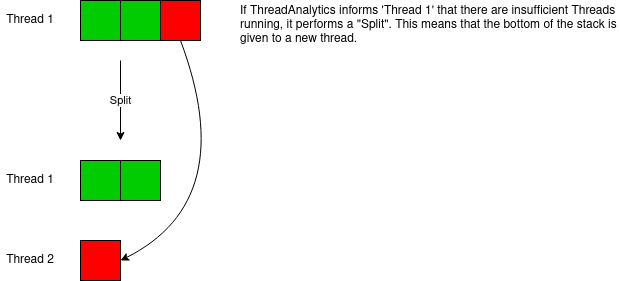
This is docs/Wiki/Parallelisation/diagrams/rendered/splitting.png from butterplup/Task-Scheduler, a draw.io export, as it was before one commit. Source tidied: cells renumbered, new cells last; positions are measured from the earlier drawing's top-left corner, leaving out a move shared by most shapes. The source it was exported from:
```xml
<mxGraphModel>
  <root>
    <mxCell id="0" />
    <mxCell id="1" parent="0" />
    <mxCell id="2" value="Thread 1" style="text;html=1;strokeColor=none;fillColor=none;align=center;verticalAlign=middle;whiteSpace=wrap;rounded=0;" parent="1" vertex="1">
      <mxGeometry y="10" width="60" height="20" as="geometry" />
    </mxCell>
    <mxCell id="3" style="rounded=0;whiteSpace=wrap;html=1;fillColor=#00CC00;" parent="1" vertex="1">
      <mxGeometry x="80" width="40" height="40" as="geometry" />
    </mxCell>
    <mxCell id="4" style="rounded=0;whiteSpace=wrap;html=1;fillColor=#00CC00;" parent="1" vertex="1">
      <mxGeometry x="120" width="40" height="40" as="geometry" />
    </mxCell>
    <mxCell id="5" value="&lt;div align=&quot;left&quot;&gt;If ThreadAnalytics informs 'Thread 1' that there are insufficient Threads running, it performs a &quot;Split&quot;. This means that the bottom of the stack is given to a new thread.&lt;br&gt;&lt;/div&gt;" style="text;html=1;strokeColor=none;fillColor=none;align=center;verticalAlign=middle;whiteSpace=wrap;rounded=0;" parent="1" vertex="1">
      <mxGeometry x="239" width="380" height="50" as="geometry" />
    </mxCell>
    <mxCell id="6" value="Split" style="endArrow=classic;html=1;" parent="1" edge="1">
      <mxGeometry relative="1" as="geometry">
        <mxPoint x="120" y="60" as="sourcePoint" />
        <mxPoint x="120" y="140" as="targetPoint" />
      </mxGeometry>
    </mxCell>
    <mxCell id="7" value="Thread 1" style="text;html=1;strokeColor=none;fillColor=none;align=center;verticalAlign=middle;whiteSpace=wrap;rounded=0;" parent="1" vertex="1">
      <mxGeometry y="170" width="60" height="20" as="geometry" />
    </mxCell>
    <mxCell id="8" style="rounded=0;whiteSpace=wrap;html=1;fillColor=#00CC00;" parent="1" vertex="1">
      <mxGeometry x="80" y="160" width="40" height="40" as="geometry" />
    </mxCell>
    <mxCell id="9" value="&lt;div&gt;Thread 2&lt;/div&gt;" style="text;html=1;strokeColor=none;fillColor=none;align=center;verticalAlign=middle;whiteSpace=wrap;rounded=0;" parent="1" vertex="1">
      <mxGeometry y="250" width="60" height="20" as="geometry" />
    </mxCell>
    <mxCell id="10" style="rounded=0;whiteSpace=wrap;html=1;fillColor=#FF0000;" parent="1" vertex="1">
      <mxGeometry x="80" y="240" width="40" height="40" as="geometry" />
    </mxCell>
    <mxCell id="11" style="rounded=0;whiteSpace=wrap;html=1;fillColor=#FF0000;" parent="1" vertex="1">
      <mxGeometry x="160" width="40" height="40" as="geometry" />
    </mxCell>
    <mxCell id="12" style="rounded=0;whiteSpace=wrap;html=1;fillColor=#00CC00;" parent="1" vertex="1">
      <mxGeometry x="120" y="160" width="40" height="40" as="geometry" />
    </mxCell>
    <mxCell id="13" style="endArrow=classic;html=1;exitX=0.5;exitY=1;exitDx=0;exitDy=0;entryX=1;entryY=0.5;entryDx=0;entryDy=0;curved=1;" parent="1" edge="1" source="11" target="10">
      <mxGeometry relative="1" as="geometry">
        <Array as="points">
          <mxPoint x="240" y="200" />
        </Array>
      </mxGeometry>
    </mxCell>
  </root>
</mxGraphModel>
```
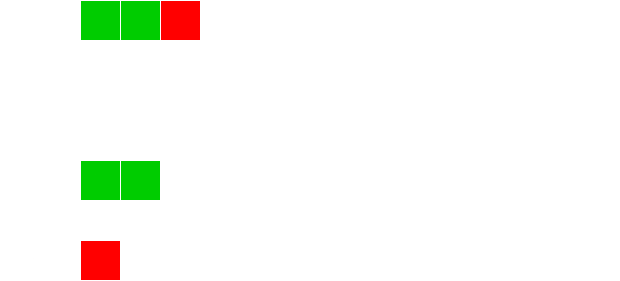
Later version of the same file.

The edit, as a diff of the source:
```diff
@@ -2,43 +2,43 @@
   <root>
     <mxCell id="0" />
     <mxCell id="1" parent="0" />
-    <mxCell id="2" value="Thread 1" style="text;html=1;strokeColor=none;fillColor=none;align=center;verticalAlign=middle;whiteSpace=wrap;rounded=0;" parent="1" vertex="1">
+    <mxCell id="2" value="Thread 1" style="text;html=1;strokeColor=none;fillColor=none;align=center;verticalAlign=middle;whiteSpace=wrap;rounded=0;fontColor=#FFFFFF;" parent="1" vertex="1">
       <mxGeometry y="10" width="60" height="20" as="geometry" />
     </mxCell>
-    <mxCell id="3" style="rounded=0;whiteSpace=wrap;html=1;fillColor=#00CC00;" parent="1" vertex="1">
+    <mxCell id="3" style="rounded=0;whiteSpace=wrap;html=1;fillColor=#00CC00;fontColor=#FFFFFF;strokeColor=#FFFFFF;" parent="1" vertex="1">
       <mxGeometry x="80" width="40" height="40" as="geometry" />
     </mxCell>
-    <mxCell id="4" style="rounded=0;whiteSpace=wrap;html=1;fillColor=#00CC00;" parent="1" vertex="1">
+    <mxCell id="4" style="rounded=0;whiteSpace=wrap;html=1;fillColor=#00CC00;fontColor=#FFFFFF;strokeColor=#FFFFFF;" parent="1" vertex="1">
       <mxGeometry x="120" width="40" height="40" as="geometry" />
     </mxCell>
-    <mxCell id="5" value="&lt;div align=&quot;left&quot;&gt;If ThreadAnalytics informs 'Thread 1' that there are insufficient Threads running, it performs a &quot;Split&quot;. This means that the bottom of the stack is given to a new thread.&lt;br&gt;&lt;/div&gt;" style="text;html=1;strokeColor=none;fillColor=none;align=center;verticalAlign=middle;whiteSpace=wrap;rounded=0;" parent="1" vertex="1">
+    <mxCell id="5" value="&lt;div align=&quot;left&quot;&gt;If ThreadAnalytics informs 'Thread 1' that there are insufficient Threads running, it performs a &quot;Split&quot;. This means that the bottom of the stack is given to a new thread.&lt;br&gt;&lt;/div&gt;" style="text;html=1;strokeColor=none;fillColor=none;align=center;verticalAlign=middle;whiteSpace=wrap;rounded=0;fontColor=#FFFFFF;" parent="1" vertex="1">
       <mxGeometry x="239" width="380" height="50" as="geometry" />
     </mxCell>
-    <mxCell id="6" value="Split" style="endArrow=classic;html=1;" parent="1" edge="1">
+    <mxCell id="6" value="Split" style="endArrow=classic;html=1;fontColor=#FFFFFF;strokeColor=#FFFFFF;" parent="1" edge="1">
       <mxGeometry relative="1" as="geometry">
         <mxPoint x="120" y="60" as="sourcePoint" />
         <mxPoint x="120" y="140" as="targetPoint" />
       </mxGeometry>
     </mxCell>
-    <mxCell id="7" value="Thread 1" style="text;html=1;strokeColor=none;fillColor=none;align=center;verticalAlign=middle;whiteSpace=wrap;rounded=0;" parent="1" vertex="1">
+    <mxCell id="7" value="Thread 1" style="text;html=1;strokeColor=none;fillColor=none;align=center;verticalAlign=middle;whiteSpace=wrap;rounded=0;fontColor=#FFFFFF;" parent="1" vertex="1">
       <mxGeometry y="170" width="60" height="20" as="geometry" />
     </mxCell>
-    <mxCell id="8" style="rounded=0;whiteSpace=wrap;html=1;fillColor=#00CC00;" parent="1" vertex="1">
+    <mxCell id="8" style="rounded=0;whiteSpace=wrap;html=1;fillColor=#00CC00;fontColor=#FFFFFF;strokeColor=#FFFFFF;" parent="1" vertex="1">
       <mxGeometry x="80" y="160" width="40" height="40" as="geometry" />
     </mxCell>
-    <mxCell id="9" value="&lt;div&gt;Thread 2&lt;/div&gt;" style="text;html=1;strokeColor=none;fillColor=none;align=center;verticalAlign=middle;whiteSpace=wrap;rounded=0;" parent="1" vertex="1">
+    <mxCell id="9" value="&lt;div&gt;Thread 2&lt;/div&gt;" style="text;html=1;strokeColor=none;fillColor=none;align=center;verticalAlign=middle;whiteSpace=wrap;rounded=0;fontColor=#FFFFFF;" parent="1" vertex="1">
       <mxGeometry y="250" width="60" height="20" as="geometry" />
     </mxCell>
-    <mxCell id="10" style="rounded=0;whiteSpace=wrap;html=1;fillColor=#FF0000;" parent="1" vertex="1">
+    <mxCell id="10" style="rounded=0;whiteSpace=wrap;html=1;fillColor=#FF0000;fontColor=#FFFFFF;strokeColor=#FFFFFF;" parent="1" vertex="1">
       <mxGeometry x="80" y="240" width="40" height="40" as="geometry" />
     </mxCell>
-    <mxCell id="11" style="rounded=0;whiteSpace=wrap;html=1;fillColor=#FF0000;" parent="1" vertex="1">
+    <mxCell id="11" style="rounded=0;whiteSpace=wrap;html=1;fillColor=#FF0000;fontColor=#FFFFFF;strokeColor=#FFFFFF;" parent="1" vertex="1">
       <mxGeometry x="160" width="40" height="40" as="geometry" />
     </mxCell>
-    <mxCell id="12" style="rounded=0;whiteSpace=wrap;html=1;fillColor=#00CC00;" parent="1" vertex="1">
+    <mxCell id="12" style="rounded=0;whiteSpace=wrap;html=1;fillColor=#00CC00;fontColor=#FFFFFF;strokeColor=#FFFFFF;" parent="1" vertex="1">
       <mxGeometry x="120" y="160" width="40" height="40" as="geometry" />
     </mxCell>
-    <mxCell id="13" style="endArrow=classic;html=1;exitX=0.5;exitY=1;exitDx=0;exitDy=0;entryX=1;entryY=0.5;entryDx=0;entryDy=0;curved=1;" parent="1" edge="1" source="11" target="10">
+    <mxCell id="13" style="endArrow=classic;html=1;exitX=0.5;exitY=1;exitDx=0;exitDy=0;entryX=1;entryY=0.5;entryDx=0;entryDy=0;curved=1;fontColor=#FFFFFF;strokeColor=#FFFFFF;" parent="1" edge="1" source="11" target="10">
       <mxGeometry relative="1" as="geometry">
         <Array as="points">
           <mxPoint x="240" y="200" />
```
